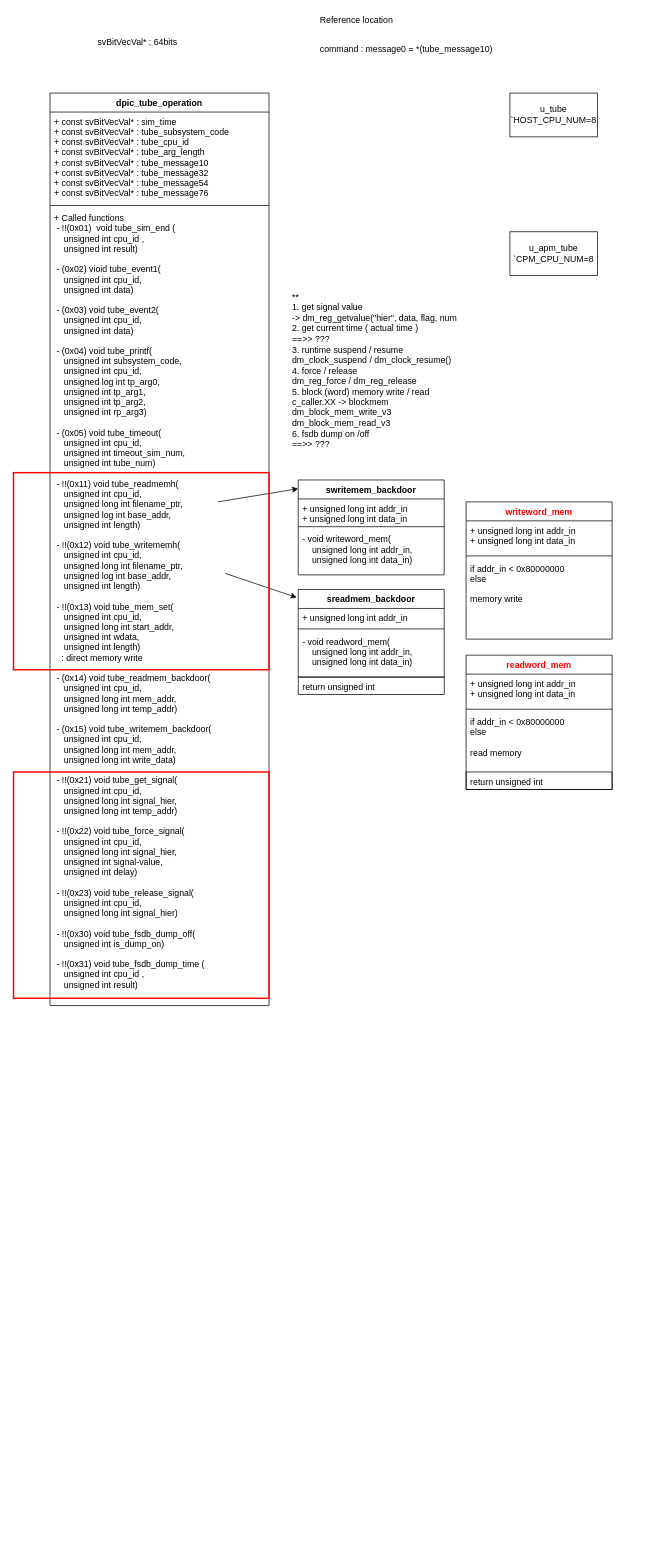
kirknodeng/docs keeps this draw.io diagram as page "TUBE" (6 of 6) of Untitled Diagram.drawio. Above is the earlier version. Source tidied: cells renumbered, new cells numbered last; positions are measured from the earlier drawing's top-left corner, leaving out a move shared by most shapes. Both pictures are drawn from the tidied source at 73%, with x=0, y=0 at pixel (13, 12).
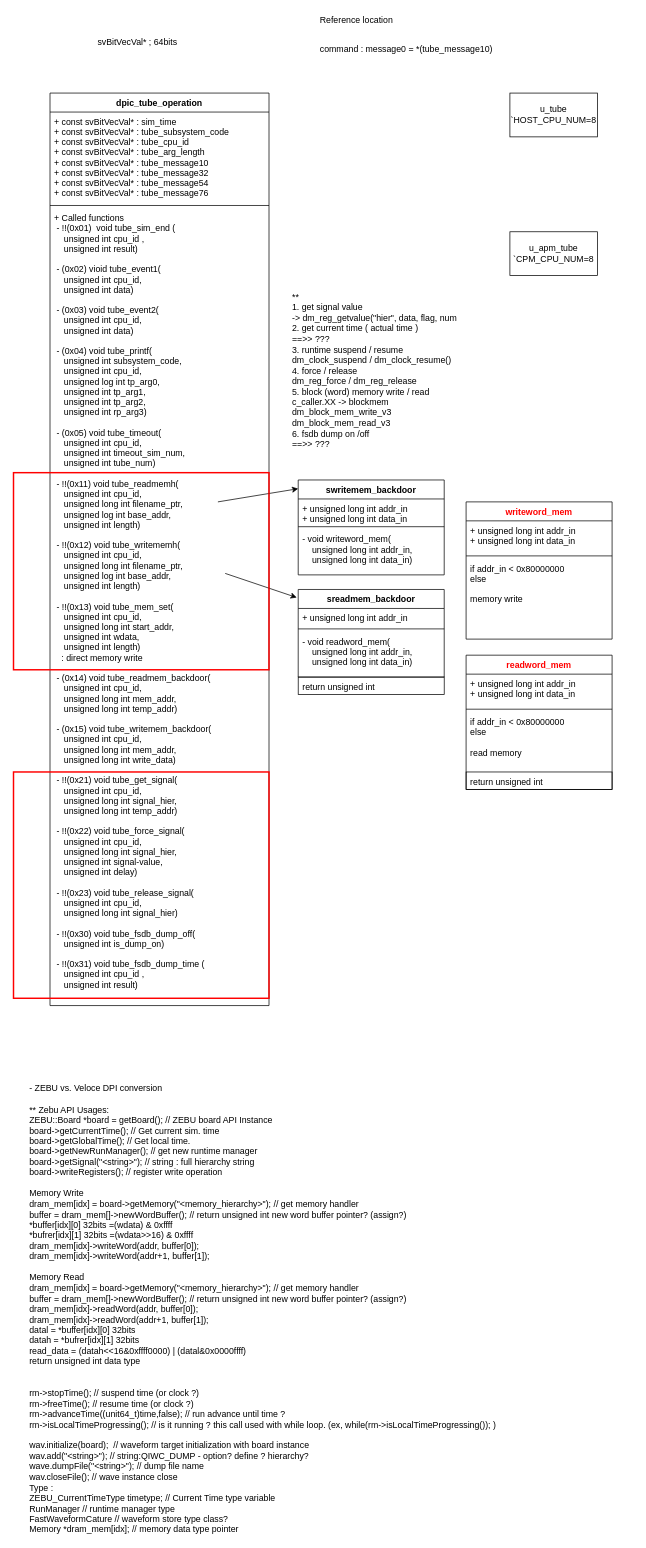
The same diagram, later.

Change to the diagram source:
```diff
@@
+    <mxCell id="34" value="- ZEBU vs. Veloce DPI conversion&amp;nbsp;&lt;br&gt;&lt;br&gt;** Zebu API Usages:&amp;nbsp;&lt;br&gt;ZEBU::Board *board = getBoard(); // ZEBU board API Instance&lt;br&gt;board-&amp;gt;getCurrentTime(); // Get current sim. time&lt;br&gt;board-&amp;gt;getGlobalTime(); // Get local time.&lt;br&gt;board-&amp;gt;getNewRunManager(); // get new runtime manager&lt;br&gt;board-&amp;gt;getSignal(&quot;&amp;lt;string&amp;gt;&quot;); // string : full hierarchy string&lt;br&gt;board-&amp;gt;writeRegisters(); // register write operation&amp;nbsp;&lt;br&gt;&lt;br&gt;Memory Write&lt;br&gt;dram_mem[idx] = board-&amp;gt;getMemory(&quot;&amp;lt;memory_hierarchy&amp;gt;&quot;); // get memory handler&lt;br&gt;buffer = dram_mem[]-&amp;gt;newWordBuffer(); // return unsigned int new word buffer pointer? (assign?)&lt;br&gt;*buffer[idx][0] 32bits =(wdata) &amp;amp; 0xffff&lt;br&gt;*bufrer[idx][1] 32bits =(wdata&amp;gt;&amp;gt;16) &amp;amp; 0xffff&lt;br&gt;dram_mem[idx]-&amp;gt;writeWord(addr, buffer[0]);&lt;br&gt;dram_mem[idx]-&amp;gt;writeWord(addr+1, buffer[1]);&lt;br&gt;&lt;br&gt;Memory Read&amp;nbsp;&lt;br&gt;dram_mem[idx] = board-&amp;gt;getMemory(&quot;&amp;lt;memory_hierarchy&amp;gt;&quot;); // get memory handler&lt;br&gt;buffer = dram_mem[]-&amp;gt;newWordBuffer(); // return unsigned int new word buffer pointer? (assign?)&lt;br&gt;dram_mem[idx]-&amp;gt;readWord(addr, buffer[0]);&lt;br&gt;dram_mem[idx]-&amp;gt;readWord(addr+1, buffer[1]);&lt;br&gt;datal = *buffer[idx][0] 32bits&lt;br&gt;datah = *bufrer[idx][1] 32bits&amp;nbsp;&lt;br&gt;read_data = (datah&amp;lt;&amp;lt;16&amp;amp;0xffff0000) | (datal&amp;amp;0x0000ffff)&lt;br&gt;return unsigned int data type&lt;br&gt;&lt;br&gt;&lt;br&gt;rm-&amp;gt;stopTime(); // suspend time (or clock ?)&lt;br&gt;rm-&amp;gt;freeTime(); // resume time (or clock ?)&lt;br&gt;rm-&amp;gt;advanceTime((unit64_t)time,false); // run advance until time ?&amp;nbsp;&lt;br&gt;rm-&amp;gt;isLocalTimeProgressing(); // is it running ? this call used with while loop. (ex, while(rm-&amp;gt;isLocalTimeProgressing()); )&lt;br&gt;&lt;br&gt;wav.initialize(board);&amp;nbsp; // waveform target initialization with board instance&lt;br&gt;wav.add(&quot;&amp;lt;string&amp;gt;&quot;); // string:QIWC_DUMP - option? define ? hierarchy?&amp;nbsp;&lt;br&gt;wave.dumpFile(&quot;&amp;lt;string&amp;gt;&quot;); // dump file name&lt;br&gt;wav.closeFile(); // wave instance close&lt;br&gt;Type :&amp;nbsp;&lt;br&gt;ZEBU_CurrentTimeType timetype; // Current Time type variable&lt;br&gt;RunManager // runtime manager type&amp;nbsp;&lt;br&gt;FastWaveformCature // waveform store type class?&amp;nbsp;&lt;br&gt;Memory *dram_mem[idx]; // memory data type pointer" style="text;html=1;strokeColor=none;fillColor=none;align=left;verticalAlign=top;whiteSpace=wrap;rounded=0;fontColor=#000000;" parent="1" vertex="1">
+      <mxGeometry x="20" y="1460" width="830" height="550" as="geometry" />
+    </mxCell>
```
